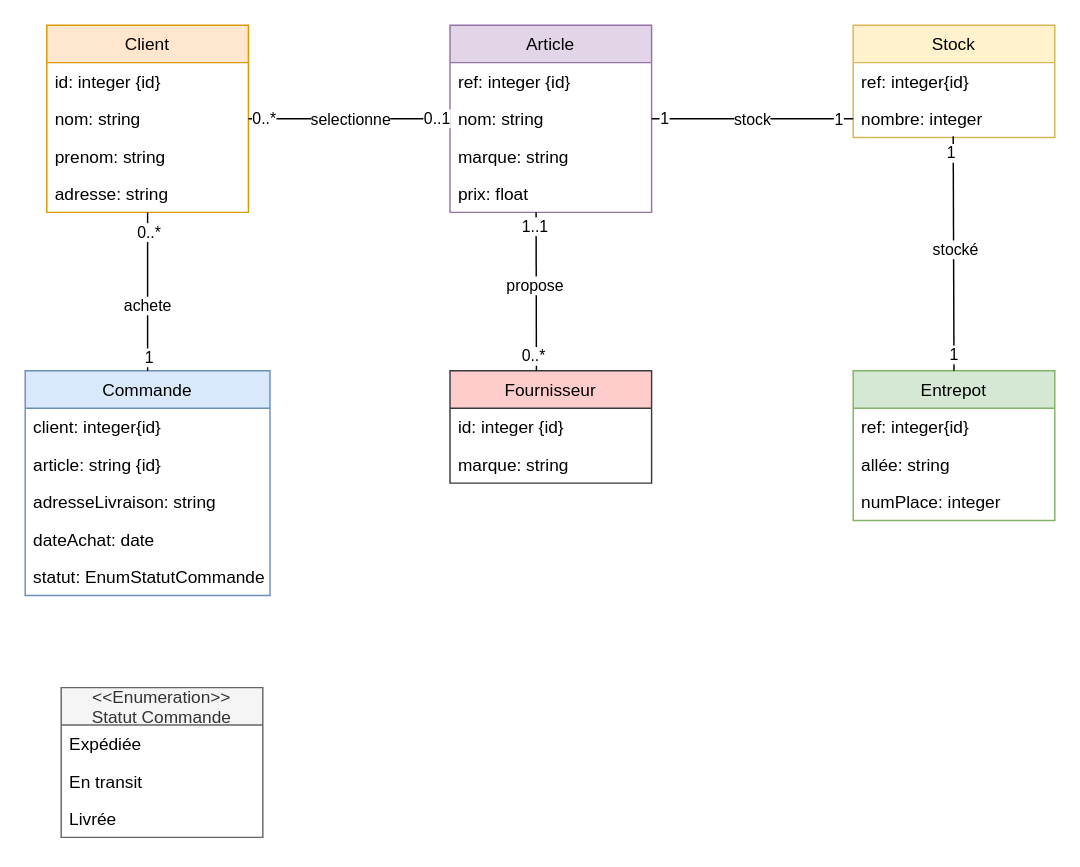
Before: Projet.drawio in riad73/INF403, a draw.io diagram. Source tidied: cells renumbered, new cells numbered last; positions are measured from the earlier drawing's top-left corner, leaving out a move shared by most shapes. Both pictures are drawn from the tidied source at 144%, with x=0, y=0 at pixel (24, 24).
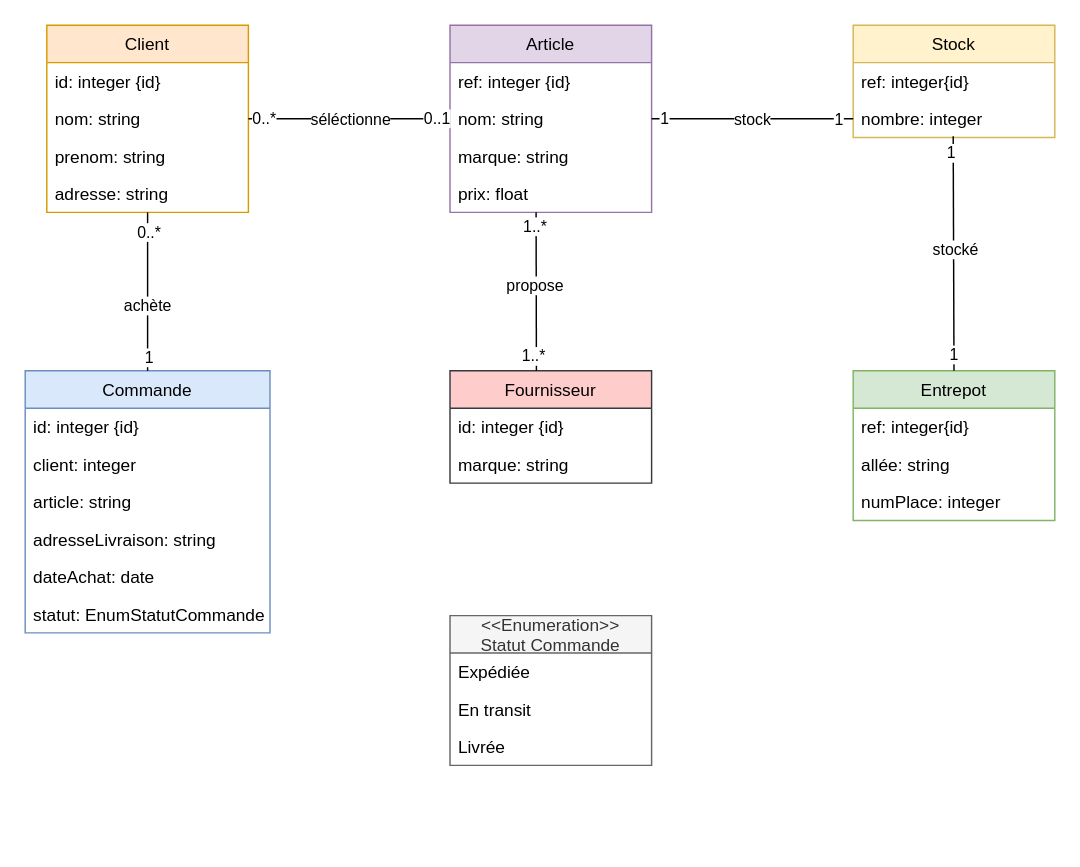
The same page after the edit.

The change refers to these unchanged cells:
```xml
<mxCell id="28" style="endArrow=none;html=1;exitX=1;exitY=0.5;exitDx=0;exitDy=0;entryX=0;entryY=0.5;entryDx=0;entryDy=0;" parent="1" edge="1" source="4" target="12">
  <mxGeometry relative="1" as="geometry" />
</mxCell>
<mxCell id="40" style="endArrow=none;html=1;entryX=0.427;entryY=0.995;entryDx=0;entryDy=0;entryPerimeter=0;" parent="1" edge="1" target="14">
  <mxGeometry relative="1" as="geometry">
    <mxPoint x="355" y="240" as="sourcePoint" />
  </mxGeometry>
</mxCell>
<mxCell id="44" style="endArrow=none;html=1;exitX=0.5;exitY=0;exitDx=0;exitDy=0;" parent="1" edge="1" source="22" target="6">
  <mxGeometry relative="1" as="geometry" />
</mxCell>
```

The edit, as a diff of the source:
```diff
@@
     <mxCell id="22" value="Commande" style="swimlane;fontStyle=0;horizontal=1;startSize=26;fillColor=#dae8fc;strokeColor=#6c8ebf;" parent="1" vertex="1">
-      <mxGeometry y="240" width="170" height="156" as="geometry" />
+      <mxGeometry y="240" width="170" height="182" as="geometry" />
     </mxCell>
-    <mxCell id="23" value="client: integer{id}" style="text;strokeColor=none;fillColor=none;align=left;verticalAlign=top;spacingLeft=4;spacingRight=4;overflow=hidden;" parent="22" vertex="1">
+    <mxCell id="23" value="id: integer {id}" style="text;strokeColor=none;fillColor=none;align=left;verticalAlign=top;spacingLeft=4;spacingRight=4;overflow=hidden;" parent="22" vertex="1">
       <mxGeometry y="26" width="170" height="26" as="geometry" />
     </mxCell>
+    <mxCell id="52" value="client: integer" style="text;strokeColor=none;fillColor=none;align=left;verticalAlign=top;spacingLeft=4;spacingRight=4;overflow=hidden;" parent="22" vertex="1">
+      <mxGeometry y="52" width="170" height="26" as="geometry" />
+    </mxCell>
-    <mxCell id="24" value="article: string {id}" style="text;strokeColor=none;fillColor=none;align=left;verticalAlign=top;spacingLeft=4;spacingRight=4;overflow=hidden;" parent="22" vertex="1">
-      <mxGeometry y="52" width="170" height="26" as="geometry" />
+    <mxCell id="24" value="article: string" style="text;strokeColor=none;fillColor=none;align=left;verticalAlign=top;spacingLeft=4;spacingRight=4;overflow=hidden;" parent="22" vertex="1">
+      <mxGeometry y="78" width="170" height="26" as="geometry" />
     </mxCell>
     <mxCell id="25" value="adresseLivraison: string" style="text;strokeColor=none;fillColor=none;align=left;verticalAlign=top;spacingLeft=4;spacingRight=4;overflow=hidden;" parent="22" vertex="1">
-      <mxGeometry y="78" width="170" height="26" as="geometry" />
+      <mxGeometry y="104" width="170" height="26" as="geometry" />
     </mxCell>
     <mxCell id="26" value="dateAchat: date" style="text;strokeColor=none;fillColor=none;align=left;verticalAlign=top;spacingLeft=4;spacingRight=4;overflow=hidden;" parent="22" vertex="1">
-      <mxGeometry y="104" width="170" height="26" as="geometry" />
+      <mxGeometry y="130" width="170" height="26" as="geometry" />
     </mxCell>
     <mxCell id="27" value="statut: EnumStatutCommande" style="text;strokeColor=none;fillColor=none;align=left;verticalAlign=top;spacingLeft=4;spacingRight=4;overflow=hidden;" parent="22" vertex="1">
-      <mxGeometry y="130" width="170" height="26" as="geometry" />
+      <mxGeometry y="156" width="170" height="26" as="geometry" />
     </mxCell>
@@
-    <mxCell id="29" value="selectionne" style="edgeLabel;html=1;align=center;verticalAlign=middle;" parent="28" vertex="1">
+    <mxCell id="29" value="séléctionne" style="edgeLabel;html=1;align=center;verticalAlign=middle;" parent="28" vertex="1">
       <mxGeometry x="-0.13" y="-3" relative="1" as="geometry">
         <mxPoint x="9.2" y="-3" as="offset" />
       </mxGeometry>
     </mxCell>
@@
-    <mxCell id="42" value="0..*" style="edgeLabel;html=1;align=center;verticalAlign=middle;" parent="40" vertex="1">
+    <mxCell id="42" value="1..*" style="edgeLabel;html=1;align=center;verticalAlign=middle;" parent="40" vertex="1">
       <mxGeometry x="-0.89" y="2" relative="1" as="geometry">
         <mxPoint y="-4.3" as="offset" />
       </mxGeometry>
     </mxCell>
-    <mxCell id="43" value="1..1" style="edgeLabel;html=1;align=center;verticalAlign=middle;" parent="40" vertex="1">
+    <mxCell id="43" value="1..*" style="edgeLabel;html=1;align=center;verticalAlign=middle;" parent="40" vertex="1">
       <mxGeometry x="0.9" y="1" relative="1" as="geometry">
         <mxPoint y="4.8" as="offset" />
       </mxGeometry>
     </mxCell>
@@
-    <mxCell id="45" value="achete" style="edgeLabel;html=1;align=center;verticalAlign=middle;" parent="44" vertex="1">
+    <mxCell id="45" value="achète" style="edgeLabel;html=1;align=center;verticalAlign=middle;" parent="44" vertex="1">
       <mxGeometry x="-0.52" relative="1" as="geometry">
         <mxPoint x="-0.2" y="-19.2" as="offset" />
       </mxGeometry>
     </mxCell>
@@
     <mxCell id="48" value="&lt;&lt;Enumeration&gt;&gt;&#10;Statut Commande" style="swimlane;fontStyle=0;horizontal=1;startSize=26;fillColor=#f5f5f5;strokeColor=#666666;fontColor=#333333;" parent="1" vertex="1">
-      <mxGeometry x="25" y="460" width="140" height="104" as="geometry" />
+      <mxGeometry x="295" y="410" width="140" height="104" as="geometry" />
     </mxCell>
```
